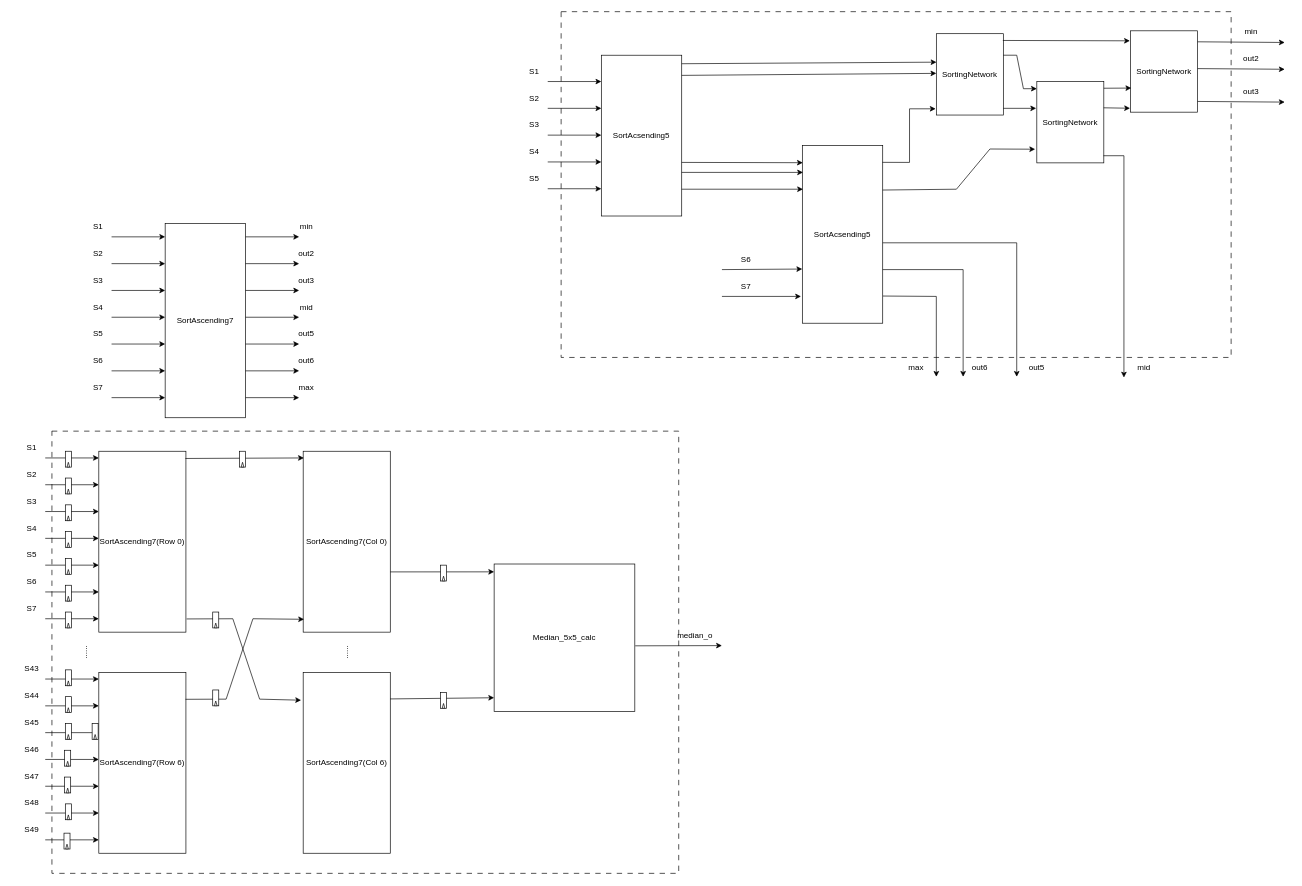
Above: Sche/MedianFilterModule/Median7x7Calc.drawio in Hieuueihm/Thesis (draw.io), before the change. Source tidied: cells renumbered, new cells numbered last; positions are measured from the earlier drawing's top-left corner, leaving out a move shared by most shapes. Both pictures are drawn from the tidied source at 67%, with x=0, y=0 at pixel (11, 11).
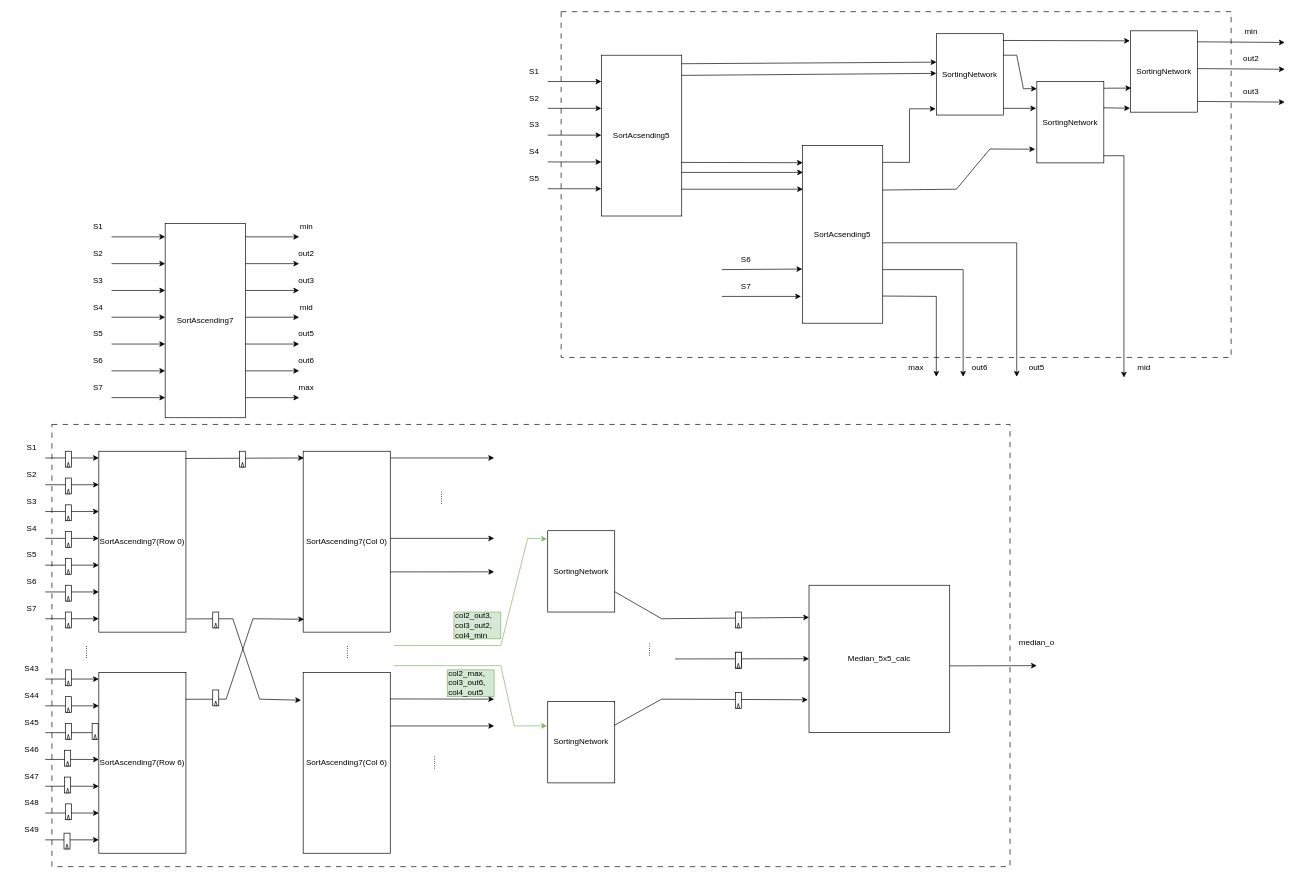
The same page after the edit.

Unchanged cells that the change refers to:
```xml
<mxCell id="37" value="SortAscending7(Col 6)" style="rounded=0;whiteSpace=wrap;html=1;" parent="1" vertex="1">
  <mxGeometry x="435" y="986" width="130" height="270" as="geometry" />
</mxCell>
```

The edit, as a diff of the source:
```diff
@@
+    <mxCell id="172" style="rounded=0;whiteSpace=wrap;html=1;dashed=1;dashPattern=8 8;" parent="1" vertex="1">
+      <mxGeometry x="60" y="616" width="1430" height="660" as="geometry" />
+    </mxCell>
@@
-    <mxCell id="3" style="rounded=0;whiteSpace=wrap;html=1;dashed=1;dashPattern=8 8;" parent="1" vertex="1">
-      <mxGeometry x="60" y="626" width="935.5" height="660" as="geometry" />
-    </mxCell>
@@
     <mxCell id="87" value="Median_5x5_calc" style="rounded=0;whiteSpace=wrap;html=1;" parent="1" vertex="1">
-      <mxGeometry x="720" y="824.3" width="210" height="220" as="geometry" />
+      <mxGeometry x="1190" y="856" width="210" height="220" as="geometry" />
     </mxCell>
@@
     <mxCell id="89" style="endArrow=classic;html=1;rounded=0;exitX=0.998;exitY=0.147;exitDx=0;exitDy=0;exitPerimeter=0;" parent="1" edge="1" source="37">
       <mxGeometry relative="1" as="geometry">
-        <mxPoint x="720" y="1023.9" as="targetPoint" />
+        <mxPoint x="720" y="1026" as="targetPoint" />
       </mxGeometry>
     </mxCell>
-    <mxCell id="90" style="group;" parent="1" vertex="1">
-      <mxGeometry x="640" y="826" width="9" height="23.7" as="geometry" />
-    </mxCell>
-    <mxCell id="91" style="rounded=0;whiteSpace=wrap;html=1;" parent="90" vertex="1">
-      <mxGeometry width="9" height="23.7" as="geometry" />
-    </mxCell>
-    <mxCell id="92" style="triangle;whiteSpace=wrap;html=1;rotation=270;" parent="90" vertex="1">
-      <mxGeometry x="1" y="18" width="7" height="4" as="geometry" />
-    </mxCell>
-    <mxCell id="93" style="group;" parent="1" vertex="1">
-      <mxGeometry x="640" y="1016" width="9" height="23.7" as="geometry" />
-    </mxCell>
-    <mxCell id="94" style="rounded=0;whiteSpace=wrap;html=1;" parent="93" vertex="1">
-      <mxGeometry width="9" height="23.7" as="geometry" />
-    </mxCell>
-    <mxCell id="95" style="triangle;whiteSpace=wrap;html=1;rotation=270;" parent="93" vertex="1">
-      <mxGeometry x="1" y="18" width="7" height="4" as="geometry" />
-    </mxCell>
-    <mxCell id="96" style="endArrow=classic;html=1;rounded=0;exitX=1.003;exitY=0.555;exitDx=0;exitDy=0;exitPerimeter=0;" parent="1" edge="1" source="87">
+    <mxCell id="96" style="endArrow=classic;html=1;rounded=0;exitX=1.002;exitY=0.547;exitDx=0;exitDy=0;exitPerimeter=0;" parent="1" edge="1" source="87">
       <mxGeometry relative="1" as="geometry">
-        <mxPoint x="1060" y="946.1" as="targetPoint" />
+        <mxPoint x="1530" y="976" as="targetPoint" />
       </mxGeometry>
     </mxCell>
     <mxCell id="97" value="median_o" style="text;html=1;align=center;verticalAlign=middle;whiteSpace=wrap;rounded=0;" parent="1" vertex="1">
-      <mxGeometry x="990" y="916" width="60" height="30" as="geometry" />
+      <mxGeometry x="1500" y="926" width="60" height="30" as="geometry" />
     </mxCell>
@@
+    <mxCell id="173" style="endArrow=classic;html=1;rounded=0;exitX=0.998;exitY=0.147;exitDx=0;exitDy=0;exitPerimeter=0;" parent="1" edge="1">
+      <mxGeometry relative="1" as="geometry">
+        <mxPoint x="565" y="786" as="sourcePoint" />
+        <mxPoint x="720" y="786" as="targetPoint" />
+      </mxGeometry>
+    </mxCell>
+    <mxCell id="174" style="endArrow=classic;html=1;rounded=0;exitX=0.998;exitY=0.147;exitDx=0;exitDy=0;exitPerimeter=0;" parent="1" edge="1">
+      <mxGeometry relative="1" as="geometry">
+        <mxPoint x="565" y="1066" as="sourcePoint" />
+        <mxPoint x="720" y="1066" as="targetPoint" />
+      </mxGeometry>
+    </mxCell>
+    <mxCell id="175" style="endArrow=classic;html=1;rounded=0;exitX=0.998;exitY=0.147;exitDx=0;exitDy=0;exitPerimeter=0;" parent="1" edge="1">
+      <mxGeometry relative="1" as="geometry">
+        <mxPoint x="565" y="666" as="sourcePoint" />
+        <mxPoint x="720" y="666" as="targetPoint" />
+      </mxGeometry>
+    </mxCell>
+    <mxCell id="176" value="......" style="text;html=1;align=center;verticalAlign=middle;whiteSpace=wrap;rounded=0;direction=north;rotation=90;" parent="1" vertex="1">
+      <mxGeometry x="620" y="696" width="50" height="60" as="geometry" />
+    </mxCell>
+    <mxCell id="177" value="......" style="text;html=1;align=center;verticalAlign=middle;whiteSpace=wrap;rounded=0;direction=north;rotation=90;" parent="1" vertex="1">
+      <mxGeometry x="610" y="1091" width="50" height="60" as="geometry" />
+    </mxCell>
+    <mxCell id="178" value="SortingNetwork" style="rounded=0;whiteSpace=wrap;html=1;" parent="1" vertex="1">
+      <mxGeometry x="800" y="774.6" width="100" height="121.4" as="geometry" />
+    </mxCell>
+    <mxCell id="179" value="SortingNetwork" style="rounded=0;whiteSpace=wrap;html=1;" parent="1" vertex="1">
+      <mxGeometry x="800" y="1029.6" width="100" height="121.4" as="geometry" />
+    </mxCell>
+    <mxCell id="180" style="endArrow=classic;html=1;rounded=0;entryX=-0.011;entryY=0.101;entryDx=0;entryDy=0;entryPerimeter=0;fillColor=#d5e8d4;strokeColor=#82b366;" parent="1" edge="1" target="178">
+      <mxGeometry relative="1" as="geometry">
+        <mxPoint x="570" y="946" as="sourcePoint" />
+        <Array as="points">
+          <mxPoint x="730" y="946" />
+          <mxPoint x="770" y="786" />
+        </Array>
+      </mxGeometry>
+    </mxCell>
+    <mxCell id="181" style="endArrow=classic;html=1;rounded=0;entryX=-0.01;entryY=0.299;entryDx=0;entryDy=0;entryPerimeter=0;fillColor=#d5e8d4;strokeColor=#82b366;" parent="1" edge="1" target="179">
+      <mxGeometry relative="1" as="geometry">
+        <mxPoint x="570" y="976" as="sourcePoint" />
+        <Array as="points">
+          <mxPoint x="730" y="976" />
+          <mxPoint x="750" y="1066" />
+        </Array>
+      </mxGeometry>
+    </mxCell>
+    <mxCell id="182" value="col2_out3, col3_out2, col4_min" style="text;html=1;align=left;verticalAlign=middle;whiteSpace=wrap;rounded=0;fillColor=#d5e8d4;strokeColor=#82b366;" parent="1" vertex="1">
+      <mxGeometry x="660" y="896" width="70" height="40" as="geometry" />
+    </mxCell>
+    <mxCell id="183" value="col2_max, col3_out6, col4_out5" style="text;html=1;align=left;verticalAlign=middle;whiteSpace=wrap;rounded=0;fillColor=#d5e8d4;strokeColor=#82b366;" parent="1" vertex="1">
+      <mxGeometry x="650" y="982.3" width="70" height="40" as="geometry" />
+    </mxCell>
+    <mxCell id="184" style="endArrow=classic;html=1;rounded=0;exitX=1;exitY=0.75;exitDx=0;exitDy=0;entryX=0;entryY=0.218;entryDx=0;entryDy=0;entryPerimeter=0;" parent="1" edge="1" source="178" target="87">
+      <mxGeometry relative="1" as="geometry">
+        <Array as="points">
+          <mxPoint x="970" y="906" />
+        </Array>
+      </mxGeometry>
+    </mxCell>
+    <mxCell id="185" style="endArrow=classic;html=1;rounded=0;exitX=0.994;exitY=0.293;exitDx=0;exitDy=0;entryX=-0.008;entryY=0.777;entryDx=0;entryDy=0;entryPerimeter=0;exitPerimeter=0;" parent="1" edge="1" source="179" target="87">
+      <mxGeometry relative="1" as="geometry">
+        <Array as="points">
+          <mxPoint x="970" y="1026" />
+        </Array>
+      </mxGeometry>
+    </mxCell>
+    <mxCell id="186" value="......" style="text;html=1;align=center;verticalAlign=middle;whiteSpace=wrap;rounded=0;direction=north;rotation=90;" parent="1" vertex="1">
+      <mxGeometry x="930" y="922.3" width="50" height="60" as="geometry" />
+    </mxCell>
+    <mxCell id="187" style="endArrow=classic;html=1;rounded=0;" parent="1" edge="1">
+      <mxGeometry relative="1" as="geometry">
+        <mxPoint x="990" y="966" as="sourcePoint" />
+        <mxPoint x="1190" y="965.7" as="targetPoint" />
+      </mxGeometry>
+    </mxCell>
+    <mxCell id="188" style="group;" parent="1" vertex="1">
+      <mxGeometry x="1080" y="896" width="9" height="23.7" as="geometry" />
+    </mxCell>
+    <mxCell id="189" style="rounded=0;whiteSpace=wrap;html=1;" parent="188" vertex="1">
+      <mxGeometry width="9" height="23.7" as="geometry" />
+    </mxCell>
+    <mxCell id="190" style="triangle;whiteSpace=wrap;html=1;rotation=270;" parent="188" vertex="1">
+      <mxGeometry x="1" y="18" width="7" height="4" as="geometry" />
+    </mxCell>
+    <mxCell id="191" style="group;" parent="1" vertex="1">
+      <mxGeometry x="1080" y="956" width="9" height="23.7" as="geometry" />
+    </mxCell>
+    <mxCell id="192" style="rounded=0;whiteSpace=wrap;html=1;" parent="191" vertex="1">
+      <mxGeometry width="9" height="23.7" as="geometry" />
+    </mxCell>
+    <mxCell id="193" style="triangle;whiteSpace=wrap;html=1;rotation=270;" parent="191" vertex="1">
+      <mxGeometry x="1" y="18" width="7" height="4" as="geometry" />
+    </mxCell>
+    <mxCell id="194" style="group;" parent="1" vertex="1">
+      <mxGeometry x="1080" y="956" width="9" height="23.7" as="geometry" />
+    </mxCell>
+    <mxCell id="195" style="rounded=0;whiteSpace=wrap;html=1;" parent="194" vertex="1">
+      <mxGeometry width="9" height="23.7" as="geometry" />
+    </mxCell>
+    <mxCell id="196" style="triangle;whiteSpace=wrap;html=1;rotation=270;" parent="194" vertex="1">
+      <mxGeometry x="1" y="18" width="7" height="4" as="geometry" />
+    </mxCell>
+    <mxCell id="197" style="group;rotation=90;" parent="1" vertex="1">
+      <mxGeometry x="1080" y="1016" width="9" height="23.7" as="geometry" />
+    </mxCell>
+    <mxCell id="198" style="rounded=0;whiteSpace=wrap;html=1;" parent="197" vertex="1">
+      <mxGeometry width="9" height="23.7" as="geometry" />
+    </mxCell>
+    <mxCell id="199" style="triangle;whiteSpace=wrap;html=1;rotation=270;" parent="197" vertex="1">
+      <mxGeometry x="1" y="18" width="7" height="4" as="geometry" />
+    </mxCell>
```
